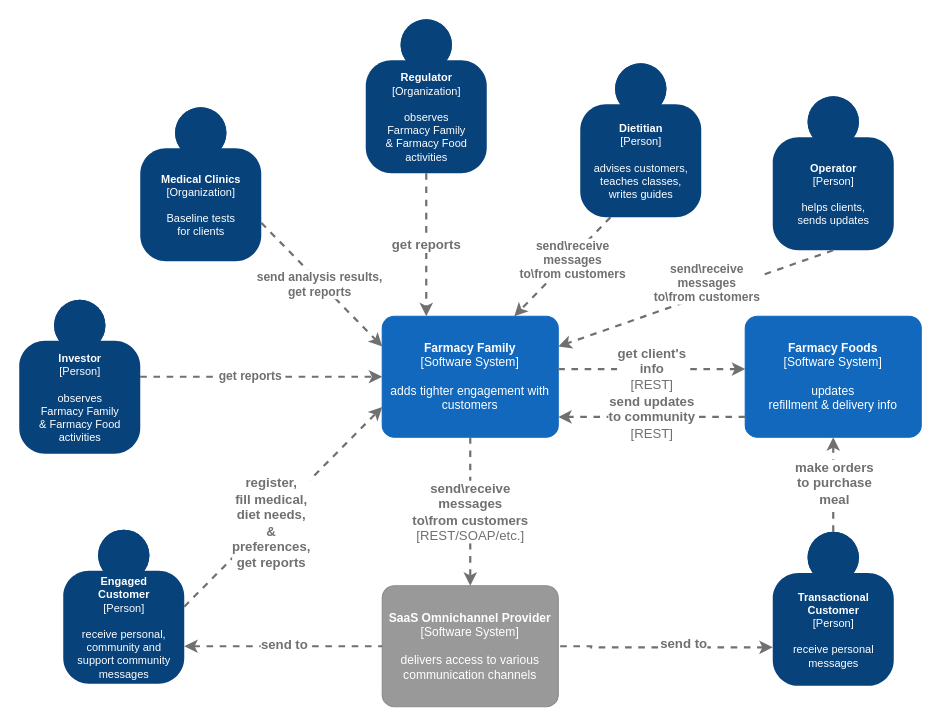
Above: page "C4.System Context" (2 of 2) of analysis/drawio.drawio in sakosy/arch_katas_2021 (draw.io), before the change. Source tidied: cells renumbered, new cells numbered last; positions are measured from the earlier drawing's top-left corner, leaving out a move shared by most shapes. Both pictures are drawn from the tidied source at 110%, with x=0, y=0 at pixel (19, 19).
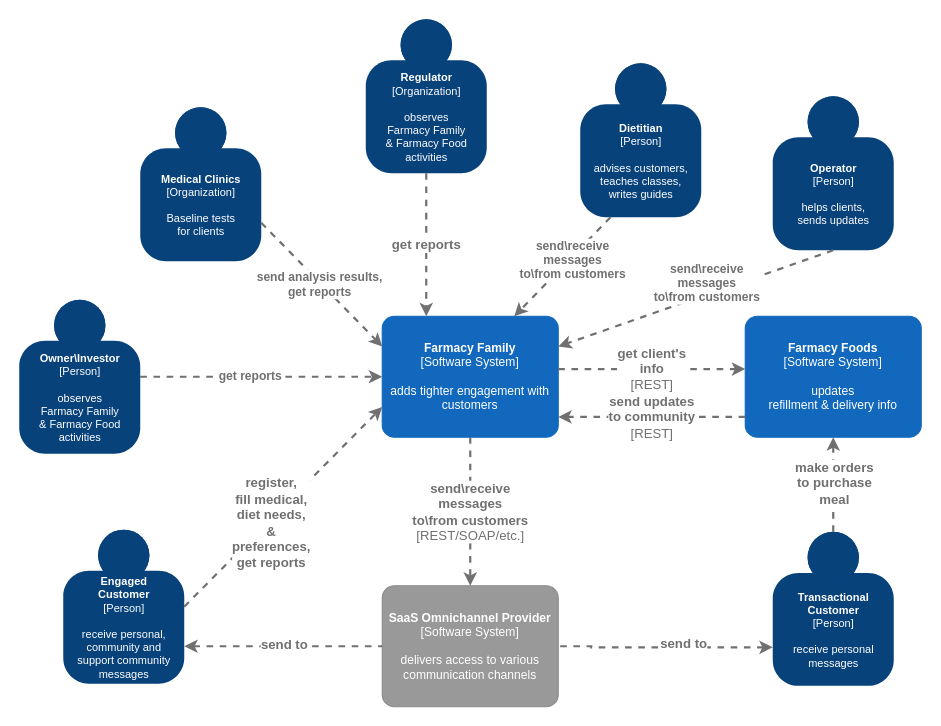
The same diagram, later.

Commit message (it also covers changes not shown here):
updated System Context Diagram & template for ADR-6

Change to the diagram source:
```diff
@@
-    <object id="25" label="&lt;b style=&quot;font-size: 10px;&quot;&gt;%c4Name%&lt;/b&gt;&lt;div style=&quot;font-size: 10px;&quot;&gt;[%c4Type%]&lt;/div&gt;&lt;br style=&quot;font-size: 10px;&quot;&gt;&lt;div style=&quot;font-size: 10px;&quot;&gt;%c4Description%&lt;/div&gt;" c4Description="observes&#10;Farmacy Family &#10;&amp; Farmacy Food&#10;activities" c4Name="Investor" c4Type="Person" placeholders="1">
+    <object id="25" label="&lt;b style=&quot;font-size: 10px;&quot;&gt;%c4Name%&lt;/b&gt;&lt;div style=&quot;font-size: 10px;&quot;&gt;[%c4Type%]&lt;/div&gt;&lt;br style=&quot;font-size: 10px;&quot;&gt;&lt;div style=&quot;font-size: 10px;&quot;&gt;%c4Description%&lt;/div&gt;" c4Description="observes&#10;Farmacy Family &#10;&amp; Farmacy Food&#10;activities" c4Name="Owner\Investor" c4Type="Person" placeholders="1">
       <mxCell style="html=1;dashed=0;whitespace=wrap;fillColor=#08427b;strokeColor=none;fontColor=#ffffff;shape=mxgraph.c4.person;align=center;points=[[0.5,0,0],[1,0.5,0],[1,0.75,0],[0.75,1,0],[0.5,1,0],[0.25,1,0],[0,0.75,0],[0,0.5,0]];metaData={&quot;c4Type&quot;:{&quot;editable&quot;:false}};fontFamily=PT Mono;fontSize=10;" parent="1" vertex="1">
         <mxGeometry y="255" width="110" height="140" as="geometry" />
       </mxCell>
     </object>
```
